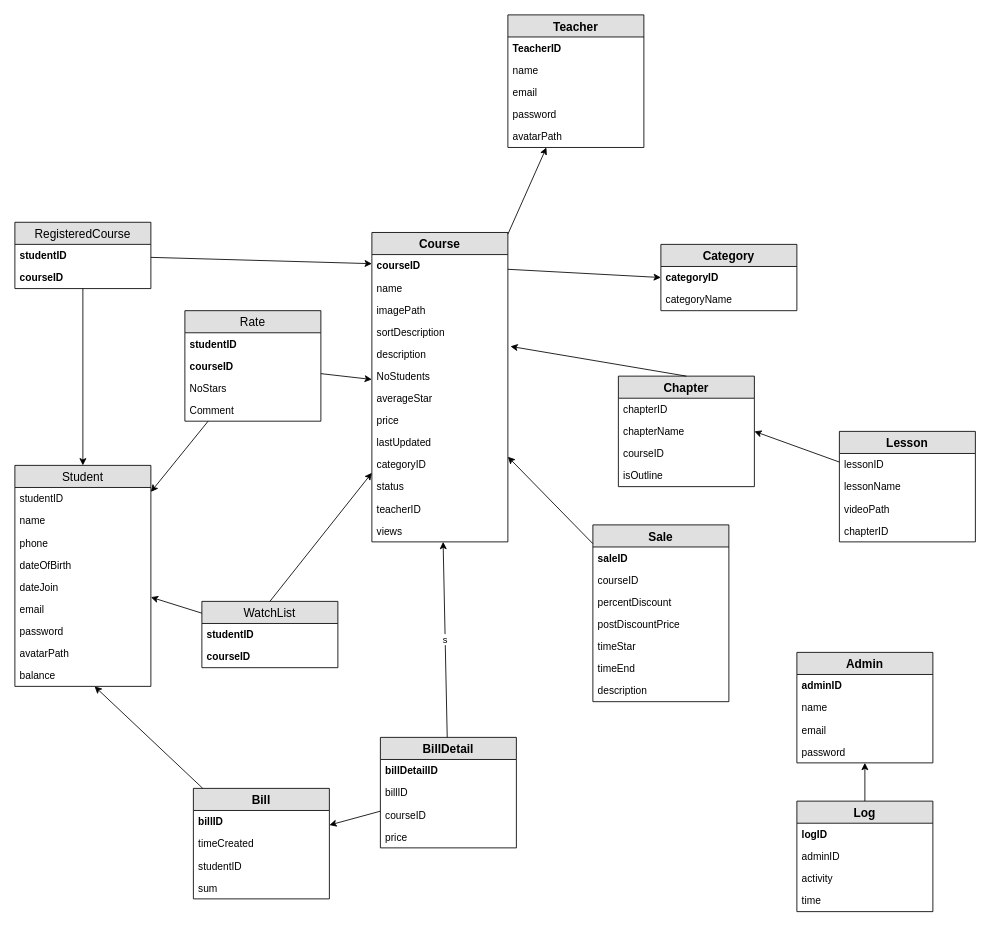
The draw.io diagram DB.drawio in doan199x/DACK-WEB, before the edit. Source tidied: cells renumbered, new cells numbered last; positions are measured from the earlier drawing's top-left corner, leaving out a move shared by most shapes. Both pictures are drawn from the tidied source at 85%, with x=0, y=0 at pixel (14, 14).
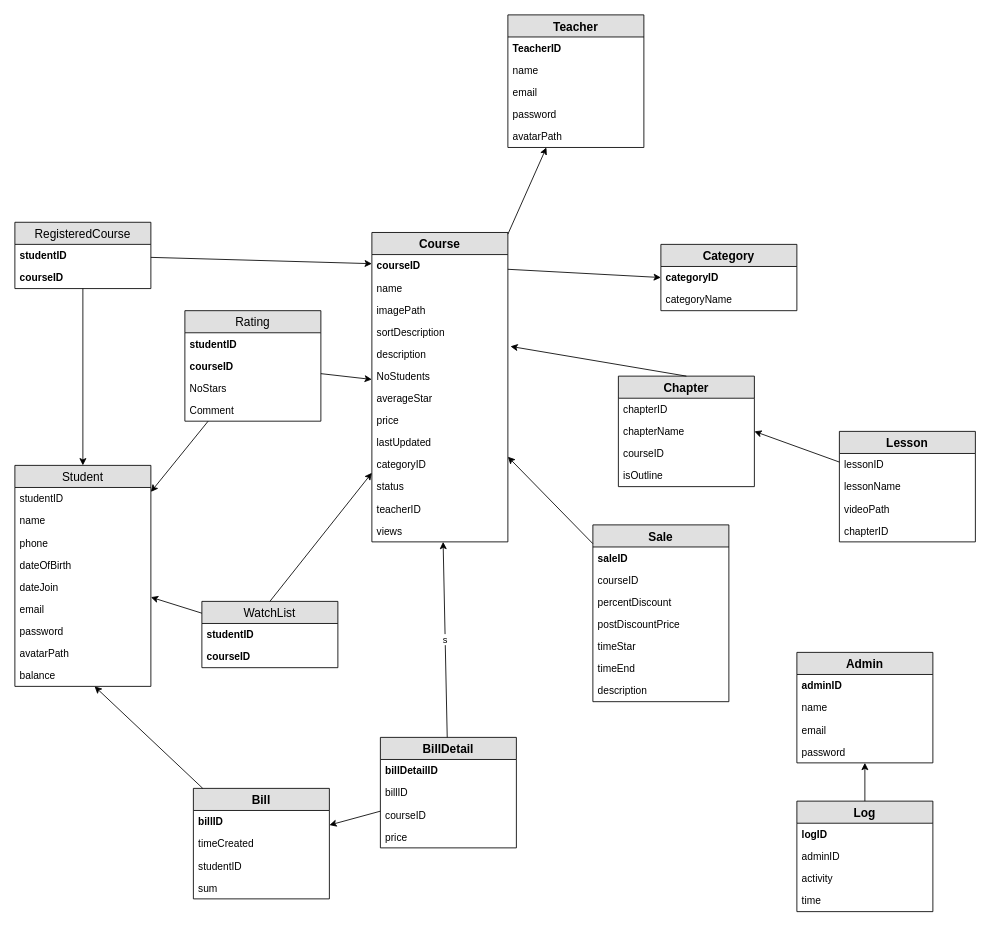
After the change.

The edit, as a diff of the source:
```diff
@@
-    <mxCell id="71" value="Rate" style="swimlane;fontStyle=0;horizontal=1;startSize=26;fillColor=#e0e0e0;swimlaneFillColor=#ffffff;align=center;fontSize=14;" parent="1" vertex="1">
+    <mxCell id="71" value="Rating" style="swimlane;fontStyle=0;horizontal=1;startSize=26;fillColor=#e0e0e0;swimlaneFillColor=#ffffff;align=center;fontSize=14;" parent="1" vertex="1">
       <mxGeometry x="200" y="348" width="160" height="130" as="geometry" />
     </mxCell>
```
